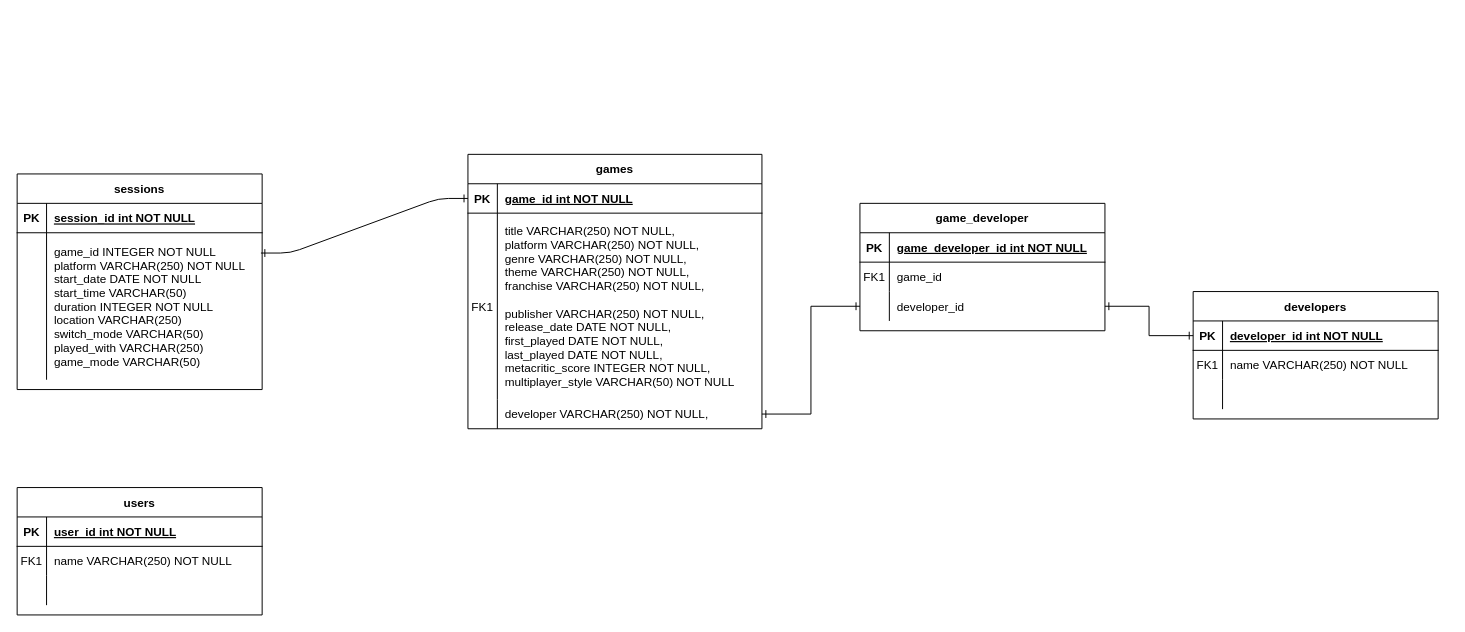
The draw.io diagram Relationship_Diagram.drawio in Pythagean/games_tracker, before the edit. Source tidied: cells renumbered, new cells numbered last; positions are measured from the earlier drawing's top-left corner, leaving out a move shared by most shapes. Both pictures are drawn from the tidied source at 98%, with x=0, y=0 at pixel (17, 154).
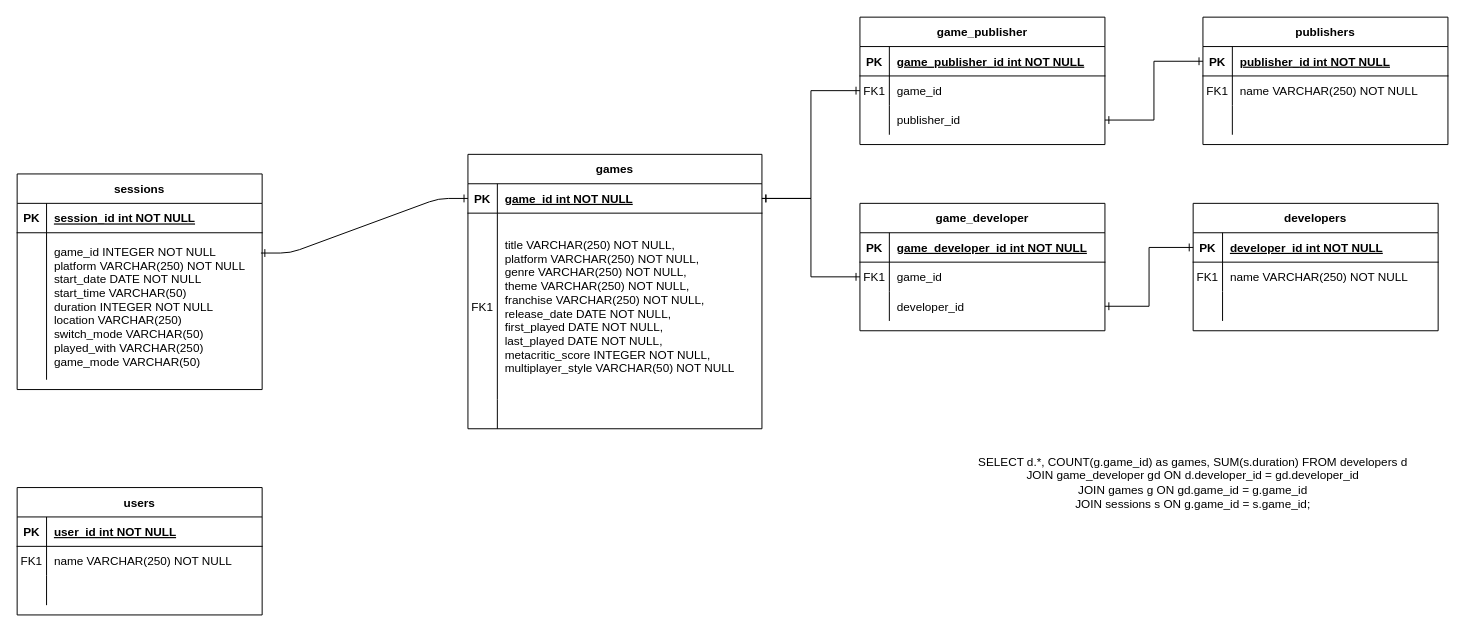
The same page after the edit.

The change refers to these unchanged cells:
```xml
<mxCell id="4" style="shape=partialRectangle;fillColor=none;points=[[0,0.5],[1,0.5]];portConstraint=eastwest;top=0;left=0;right=0;bottom=1;" parent="3" vertex="1">
  <mxGeometry y="30" width="300" height="30" as="geometry" />
</mxCell>
<mxCell id="7" style="shape=partialRectangle;fillColor=none;top=0;left=0;right=0;bottom=0;" parent="3" vertex="1">
  <mxGeometry y="60" width="300" height="190" as="geometry" />
</mxCell>
<mxCell id="10" style="shape=partialRectangle;fillColor=none;points=[[0,0.5],[1,0.5]];portConstraint=eastwest;top=0;left=0;right=0;bottom=0;" parent="3" vertex="1">
  <mxGeometry y="250" width="300" height="30" as="geometry" />
</mxCell>
<mxCell id="44" style="shape=partialRectangle;fillColor=none;points=[[0,0.5],[1,0.5]];portConstraint=eastwest;top=0;left=0;right=0;bottom=0;" parent="40" vertex="1">
  <mxGeometry y="60" width="250" height="30" as="geometry" />
</mxCell>
<mxCell id="47" style="shape=partialRectangle;fillColor=none;points=[[0,0.5],[1,0.5]];portConstraint=eastwest;top=0;left=0;right=0;bottom=0;" parent="40" vertex="1">
  <mxGeometry y="90" width="250" height="30" as="geometry" />
</mxCell>
```

Diff of the diagram source:
```diff
@@
-    <mxCell id="9" value="title VARCHAR(250) NOT NULL,&#10;platform VARCHAR(250) NOT NULL,&#10;genre VARCHAR(250) NOT NULL,&#10;theme VARCHAR(250) NOT NULL,&#10;franchise VARCHAR(250) NOT NULL,&#10;&#10;publisher VARCHAR(250) NOT NULL,&#10;release_date DATE NOT NULL,&#10;first_played DATE NOT NULL,&#10;last_played DATE NOT NULL,&#10;metacritic_score INTEGER NOT NULL,&#10;multiplayer_style VARCHAR(50) NOT NULL" style="shape=partialRectangle;overflow=hidden;fillColor=none;top=0;left=0;bottom=0;right=0;align=left;spacingLeft=6;" parent="7" vertex="1">
+    <mxCell id="9" value="title VARCHAR(250) NOT NULL,&#10;platform VARCHAR(250) NOT NULL,&#10;genre VARCHAR(250) NOT NULL,&#10;theme VARCHAR(250) NOT NULL,&#10;franchise VARCHAR(250) NOT NULL,&#10;release_date DATE NOT NULL,&#10;first_played DATE NOT NULL,&#10;last_played DATE NOT NULL,&#10;metacritic_score INTEGER NOT NULL,&#10;multiplayer_style VARCHAR(50) NOT NULL" style="shape=partialRectangle;overflow=hidden;fillColor=none;top=0;left=0;bottom=0;right=0;align=left;spacingLeft=6;" parent="7" vertex="1">
       <mxGeometry x="30" width="270" height="190" as="geometry" />
     </mxCell>
@@
-    <mxCell id="12" value="developer VARCHAR(250) NOT NULL," style="shape=partialRectangle;overflow=hidden;fillColor=none;top=0;left=0;bottom=0;right=0;align=left;spacingLeft=6;" parent="10" vertex="1">
+    <mxCell id="12" style="shape=partialRectangle;overflow=hidden;fillColor=none;top=0;left=0;bottom=0;right=0;align=left;spacingLeft=6;" parent="10" vertex="1">
       <mxGeometry x="30" width="270" height="30" as="geometry" />
     </mxCell>
@@
     <mxCell id="30" value="developers" style="shape=table;startSize=30;childLayout=tableLayout;rowLines=0;fontStyle=1;align=center;" parent="1" vertex="1">
-      <mxGeometry x="1200" y="140" width="250" height="130" as="geometry" />
+      <mxGeometry x="1200" y="50" width="250" height="130" as="geometry" />
     </mxCell>
@@
-    <mxCell id="50" style="edgeStyle=orthogonalEdgeStyle;rounded=0;jettySize=auto;html=1;startArrow=ERone;startFill=0;endArrow=ERone;endFill=0;" parent="1" edge="1" source="47" target="10">
+    <mxCell id="50" style="edgeStyle=orthogonalEdgeStyle;rounded=0;jettySize=auto;html=1;startArrow=ERone;startFill=0;endArrow=ERone;endFill=0;entryX=1;entryY=0.5;entryDx=0;entryDy=0;exitX=0;exitY=0.5;exitDx=0;exitDy=0;" parent="1" edge="1" source="44" target="4">
       <mxGeometry relative="1" as="geometry" />
     </mxCell>
@@
+    <mxCell id="52" value="game_publisher" style="shape=table;startSize=30;childLayout=tableLayout;rowLines=0;fontStyle=1;align=center;" parent="1" vertex="1">
+      <mxGeometry x="860" y="-140" width="250" height="130" as="geometry" />
+    </mxCell>
+    <mxCell id="53" style="shape=partialRectangle;fillColor=none;top=0;left=0;right=0;bottom=1;" parent="52" vertex="1">
+      <mxGeometry y="30" width="250" height="30" as="geometry" />
+    </mxCell>
+    <mxCell id="54" value="PK" style="shape=partialRectangle;overflow=hidden;fillColor=none;top=0;left=0;bottom=0;right=0;fontStyle=1;" parent="53" vertex="1">
+      <mxGeometry width="30" height="30" as="geometry" />
+    </mxCell>
+    <mxCell id="55" value="game_publisher_id int NOT NULL " style="shape=partialRectangle;overflow=hidden;fillColor=none;top=0;left=0;bottom=0;right=0;align=left;spacingLeft=6;fontStyle=5;" parent="53" vertex="1">
+      <mxGeometry x="30" width="220" height="30" as="geometry" />
+    </mxCell>
+    <mxCell id="56" style="shape=partialRectangle;fillColor=none;points=[[0,0.5],[1,0.5]];portConstraint=eastwest;top=0;left=0;right=0;bottom=0;" parent="52" vertex="1">
+      <mxGeometry y="60" width="250" height="30" as="geometry" />
+    </mxCell>
+    <mxCell id="57" value="FK1" style="shape=partialRectangle;overflow=hidden;fillColor=none;top=0;left=0;bottom=0;right=0;" parent="56" vertex="1">
+      <mxGeometry width="30" height="30" as="geometry" />
+    </mxCell>
+    <mxCell id="58" value="game_id" style="shape=partialRectangle;overflow=hidden;fillColor=none;top=0;left=0;bottom=0;right=0;align=left;spacingLeft=6;" parent="56" vertex="1">
+      <mxGeometry x="30" width="220" height="30" as="geometry" />
+    </mxCell>
+    <mxCell id="59" style="shape=partialRectangle;fillColor=none;points=[[0,0.5],[1,0.5]];portConstraint=eastwest;top=0;left=0;right=0;bottom=0;" parent="52" vertex="1">
+      <mxGeometry y="90" width="250" height="30" as="geometry" />
+    </mxCell>
+    <mxCell id="60" style="shape=partialRectangle;overflow=hidden;fillColor=none;top=0;left=0;bottom=0;right=0;" parent="59" vertex="1">
+      <mxGeometry width="30" height="30" as="geometry" />
+    </mxCell>
+    <mxCell id="61" value="publisher_id" style="shape=partialRectangle;overflow=hidden;fillColor=none;top=0;left=0;bottom=0;right=0;align=left;spacingLeft=6;" parent="59" vertex="1">
+      <mxGeometry x="30" width="220" height="30" as="geometry" />
+    </mxCell>
+    <mxCell id="62" value="publishers" style="shape=table;startSize=30;childLayout=tableLayout;rowLines=0;fontStyle=1;align=center;" parent="1" vertex="1">
+      <mxGeometry x="1210" y="-140" width="250" height="130" as="geometry" />
+    </mxCell>
+    <mxCell id="63" style="shape=partialRectangle;fillColor=none;points=[[0,0.5],[1,0.5]];portConstraint=eastwest;top=0;left=0;right=0;bottom=1;" parent="62" vertex="1">
+      <mxGeometry y="30" width="250" height="30" as="geometry" />
+    </mxCell>
+    <mxCell id="64" value="PK" style="shape=partialRectangle;overflow=hidden;fillColor=none;top=0;left=0;bottom=0;right=0;fontStyle=1;" parent="63" vertex="1">
+      <mxGeometry width="30" height="30" as="geometry" />
+    </mxCell>
+    <mxCell id="65" value="publisher_id int NOT NULL " style="shape=partialRectangle;overflow=hidden;fillColor=none;top=0;left=0;bottom=0;right=0;align=left;spacingLeft=6;fontStyle=5;" parent="63" vertex="1">
+      <mxGeometry x="30" width="220" height="30" as="geometry" />
+    </mxCell>
+    <mxCell id="66" style="shape=partialRectangle;fillColor=none;top=0;left=0;right=0;bottom=0;" parent="62" vertex="1">
+      <mxGeometry y="60" width="250" height="30" as="geometry" />
+    </mxCell>
+    <mxCell id="67" value="FK1" style="shape=partialRectangle;overflow=hidden;fillColor=none;top=0;left=0;bottom=0;right=0;" parent="66" vertex="1">
+      <mxGeometry width="30" height="30" as="geometry" />
+    </mxCell>
+    <mxCell id="68" value="name VARCHAR(250) NOT NULL" style="shape=partialRectangle;overflow=hidden;fillColor=none;top=0;left=0;bottom=0;right=0;align=left;spacingLeft=6;" parent="66" vertex="1">
+      <mxGeometry x="30" width="220" height="30" as="geometry" />
+    </mxCell>
+    <mxCell id="69" style="shape=partialRectangle;fillColor=none;top=0;left=0;right=0;bottom=0;" parent="62" vertex="1">
+      <mxGeometry y="90" width="250" height="30" as="geometry" />
+    </mxCell>
+    <mxCell id="70" style="shape=partialRectangle;overflow=hidden;fillColor=none;top=0;left=0;bottom=0;right=0;" parent="69" vertex="1">
+      <mxGeometry width="30" height="30" as="geometry" />
+    </mxCell>
+    <mxCell id="71" style="shape=partialRectangle;overflow=hidden;fillColor=none;top=0;left=0;bottom=0;right=0;align=left;spacingLeft=6;" parent="69" vertex="1">
+      <mxGeometry x="30" width="220" height="30" as="geometry" />
+    </mxCell>
+    <mxCell id="72" style="edgeStyle=orthogonalEdgeStyle;rounded=0;jettySize=auto;html=1;startArrow=ERone;startFill=0;endArrow=ERone;endFill=0;exitX=1;exitY=0.5;exitDx=0;exitDy=0;entryX=0;entryY=0.5;entryDx=0;entryDy=0;" parent="1" edge="1" source="59" target="63">
+      <mxGeometry relative="1" as="geometry" />
+    </mxCell>
+    <mxCell id="73" style="edgeStyle=orthogonalEdgeStyle;rounded=0;jettySize=auto;html=1;startArrow=ERone;startFill=0;endArrow=ERone;endFill=0;entryX=1;entryY=0.5;entryDx=0;entryDy=0;exitX=0;exitY=0.5;exitDx=0;exitDy=0;" parent="1" edge="1" source="56" target="4">
+      <mxGeometry relative="1" as="geometry" />
+    </mxCell>
+    <mxCell id="74" value="SELECT d.*, COUNT(g.game_id) as games, SUM(s.duration) FROM developers d&lt;div&gt;JOIN game_developer gd ON d.developer_id = gd.developer_id&lt;/div&gt;&lt;div&gt;JOIN games g ON gd.game_id = g.game_id&lt;/div&gt;&lt;div&gt;JOIN sessions s ON g.game_id = s.game_id;&lt;/div&gt;" style="text;html=1;align=center;verticalAlign=middle;whiteSpace=wrap;rounded=0;" parent="1" vertex="1">
+      <mxGeometry x="950" y="320" width="500" height="30" as="geometry" />
+    </mxCell>
```
